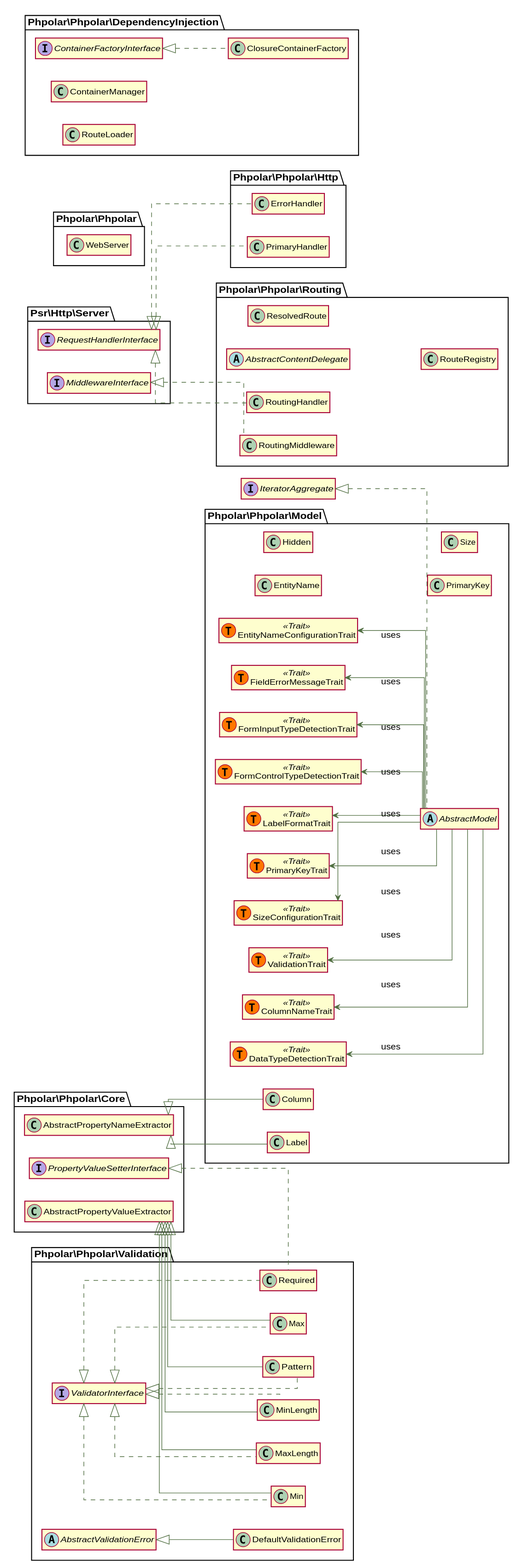
The PlantUML diagram docs/graphs/classes.svg in phpolar/phpolar, before a commit.
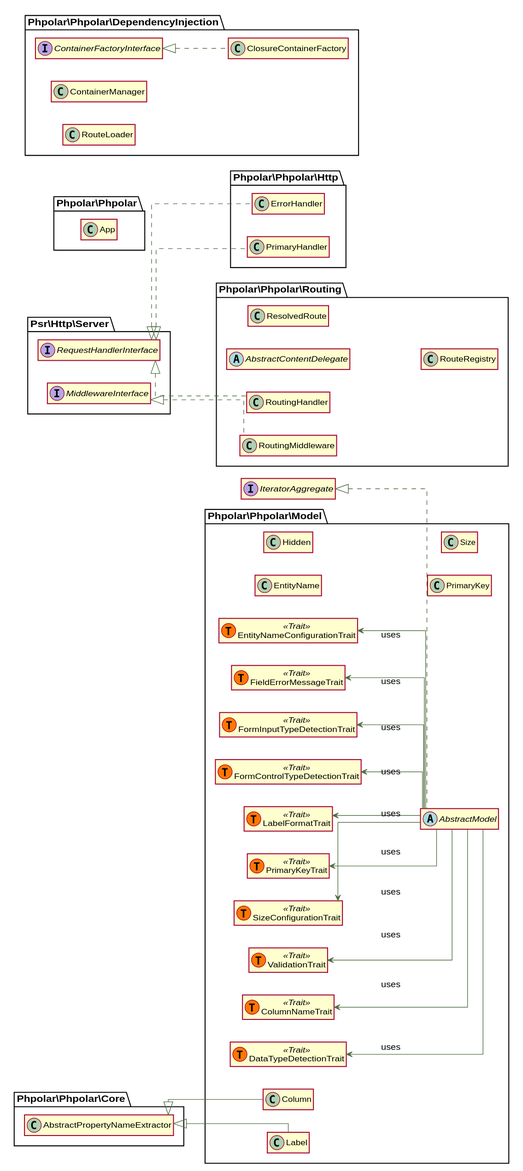
The same file after the commit.

The edit, as a diff of the source:
```diff
@@ -13,7 +13,7 @@
 set namespaceSeparator \\
 
 
-class \\Phpolar\\Phpolar\\WebServer {
+class \\Phpolar\\Phpolar\\App {
 }
 
 class \\Phpolar\\Phpolar\\DependencyInjection\\ClosureContainerFactory implements \\Phpolar\\Phpolar\\DependencyInjection\\ContainerFactoryInterface {
@@ -110,31 +110,4 @@
 class \\Phpolar\\Phpolar\\Routing\\RoutingMiddleware implements \\Psr\\Http\\Server\\MiddlewareInterface {
 }
 
-abstract class \\Phpolar\\Phpolar\\Validation\\AbstractValidationError {
-}
-
-class \\Phpolar\\Phpolar\\Validation\\DefaultValidationError extends \\Phpolar\\Phpolar\\Validation\\AbstractValidationError {
-}
-
-class \\Phpolar\\Phpolar\\Validation\\Max extends \\Phpolar\\Phpolar\\Core\\AbstractPropertyValueExtractor implements \\Phpolar\\Phpolar\\Validation\\ValidatorInterface {
-}
-
-class \\Phpolar\\Phpolar\\Validation\\MaxLength extends \\Phpolar\\Phpolar\\Core\\AbstractPropertyValueExtractor implements \\Phpolar\\Phpolar\\Validation\\ValidatorInterface {
-}
-
-class \\Phpolar\\Phpolar\\Validation\\Min extends \\Phpolar\\Phpolar\\Core\\AbstractPropertyValueExtractor implements \\Phpolar\\Phpolar\\Validation\\ValidatorInterface {
-}
-
-class \\Phpolar\\Phpolar\\Validation\\MinLength extends \\Phpolar\\Phpolar\\Core\\AbstractPropertyValueExtractor implements \\Phpolar\\Phpolar\\Validation\\ValidatorInterface {
-}
-
-class \\Phpolar\\Phpolar\\Validation\\Pattern extends \\Phpolar\\Phpolar\\Core\\AbstractPropertyValueExtractor implements \\Phpolar\\Phpolar\\Validation\\ValidatorInterface {
-}
-
-class \\Phpolar\\Phpolar\\Validation\\Required implements \\Phpolar\\Phpolar\\Validation\\ValidatorInterface,\\Phpolar\\Phpolar\\Core\\PropertyValueSetterInterface {
-}
-
-interface \\Phpolar\\Phpolar\\Validation\\ValidatorInterface {
-}
-
 @enduml
```
